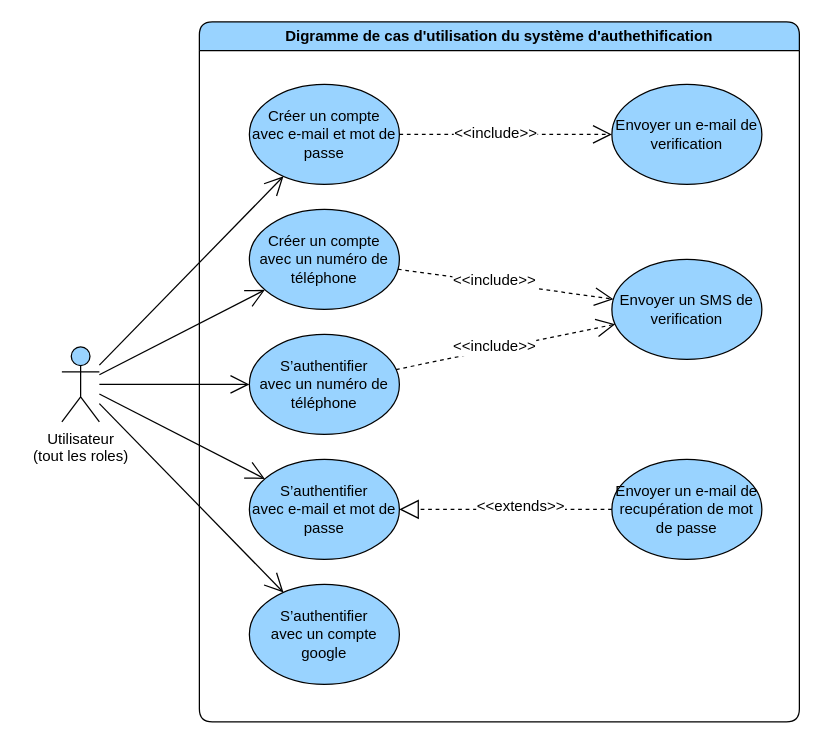
Above: diagrams/auth.drawio in devlotfi/peage-pay (draw.io), before the change. Source tidied: cells renumbered, new cells numbered last; positions are measured from the earlier drawing's top-left corner, leaving out a move shared by most shapes. Both pictures are drawn from the tidied source at 125%, with x=0, y=0 at pixel (61, 21).
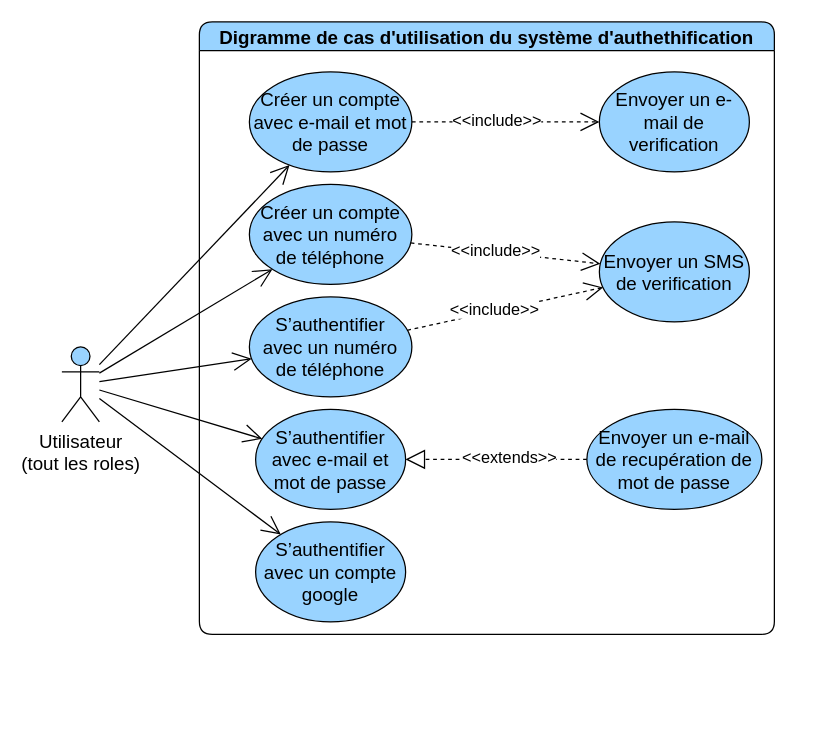
The same diagram, later.

Change to the diagram source:
```diff
@@
-    <mxCell id="2" value="Digramme de cas d'utilisation du&amp;nbsp;système&amp;nbsp;d'authethification" style="swimlane;whiteSpace=wrap;html=1;rounded=1;fillColor=#99D3FF;" parent="1" vertex="1">
-      <mxGeometry x="110" width="480" height="560" as="geometry" />
+    <mxCell id="2" value="Digramme de cas d'utilisation du&amp;nbsp;système&amp;nbsp;d'authethification" style="swimlane;whiteSpace=wrap;html=1;rounded=1;fillColor=#99D3FF;fontSize=15;" parent="1" vertex="1">
+      <mxGeometry x="110" width="460" height="490" as="geometry" />
     </mxCell>
-    <mxCell id="3" value="&lt;p class=&quot;MsoNormal&quot;&gt;S’authentifier&lt;br/&gt;avec un numéro de téléphone&lt;/p&gt;" style="ellipse;whiteSpace=wrap;html=1;strokeColor=default;align=center;verticalAlign=middle;fontFamily=Helvetica;fontSize=12;fontColor=default;fillColor=#99D3FF;" parent="2" vertex="1">
-      <mxGeometry x="40" y="250" width="120" height="80" as="geometry" />
+    <mxCell id="3" value="&lt;p class=&quot;MsoNormal&quot; style=&quot;font-size: 15px;&quot;&gt;S’authentifier&lt;br style=&quot;font-size: 15px;&quot;&gt;avec un numéro de téléphone&lt;/p&gt;" style="ellipse;whiteSpace=wrap;html=1;strokeColor=default;align=center;verticalAlign=middle;fontFamily=Helvetica;fontSize=15;fontColor=default;fillColor=#99D3FF;" parent="2" vertex="1">
+      <mxGeometry x="40" y="220" width="130" height="80" as="geometry" />
     </mxCell>
-    <mxCell id="4" value="&lt;p class=&quot;MsoNormal&quot;&gt;S’authentifier&lt;br&gt;avec e-mail et mot de passe&lt;/p&gt;" style="ellipse;whiteSpace=wrap;html=1;strokeColor=default;align=center;verticalAlign=middle;fontFamily=Helvetica;fontSize=12;fontColor=default;fillColor=#99D3FF;" parent="2" vertex="1">
-      <mxGeometry x="40" y="350" width="120" height="80" as="geometry" />
+    <mxCell id="4" value="&lt;p class=&quot;MsoNormal&quot; style=&quot;font-size: 15px;&quot;&gt;S’authentifier&lt;br style=&quot;font-size: 15px;&quot;&gt;avec e-mail et mot de passe&lt;/p&gt;" style="ellipse;whiteSpace=wrap;html=1;strokeColor=default;align=center;verticalAlign=middle;fontFamily=Helvetica;fontSize=15;fontColor=default;fillColor=#99D3FF;" parent="2" vertex="1">
+      <mxGeometry x="45" y="310" width="120" height="80" as="geometry" />
     </mxCell>
-    <mxCell id="5" value="&lt;p class=&quot;MsoNormal&quot;&gt;S’authentifier&lt;br&gt;avec un compte google&lt;/p&gt;" style="ellipse;whiteSpace=wrap;html=1;strokeColor=default;align=center;verticalAlign=middle;fontFamily=Helvetica;fontSize=12;fontColor=default;fillColor=#99D3FF;" parent="2" vertex="1">
-      <mxGeometry x="40" y="450" width="120" height="80" as="geometry" />
+    <mxCell id="5" value="&lt;p class=&quot;MsoNormal&quot; style=&quot;font-size: 15px;&quot;&gt;S’authentifier&lt;br style=&quot;font-size: 15px;&quot;&gt;avec un compte google&lt;/p&gt;" style="ellipse;whiteSpace=wrap;html=1;strokeColor=default;align=center;verticalAlign=middle;fontFamily=Helvetica;fontSize=15;fontColor=default;fillColor=#99D3FF;" parent="2" vertex="1">
+      <mxGeometry x="45" y="400" width="120" height="80" as="geometry" />
     </mxCell>
-    <mxCell id="6" value="&lt;p class=&quot;MsoNormal&quot;&gt;Envoyer un SMS de verification&lt;/p&gt;" style="ellipse;whiteSpace=wrap;html=1;strokeColor=default;align=center;verticalAlign=middle;fontFamily=Helvetica;fontSize=12;fontColor=default;fillColor=#99D3FF;" parent="2" vertex="1">
-      <mxGeometry x="330" y="190" width="120" height="80" as="geometry" />
+    <mxCell id="6" value="&lt;p class=&quot;MsoNormal&quot; style=&quot;font-size: 15px;&quot;&gt;Envoyer un SMS de verification&lt;/p&gt;" style="ellipse;whiteSpace=wrap;html=1;strokeColor=default;align=center;verticalAlign=middle;fontFamily=Helvetica;fontSize=15;fontColor=default;fillColor=#99D3FF;" parent="2" vertex="1">
+      <mxGeometry x="320" y="160" width="120" height="80" as="geometry" />
     </mxCell>
-    <mxCell id="7" style="edgeStyle=none;rounded=0;jettySize=auto;html=1;strokeColor=default;align=center;verticalAlign=middle;fontFamily=Helvetica;fontSize=12;fontColor=default;labelBackgroundColor=default;startSize=6;endArrow=open;endFill=0;endSize=13;dashed=1;" parent="2" edge="1" source="3" target="6">
+    <mxCell id="7" style="edgeStyle=none;rounded=0;jettySize=auto;html=1;strokeColor=default;align=center;verticalAlign=middle;fontFamily=Helvetica;fontSize=15;fontColor=default;labelBackgroundColor=default;startSize=6;endArrow=open;endFill=0;endSize=13;dashed=1;" parent="2" edge="1" source="3" target="6">
       <mxGeometry relative="1" as="geometry" />
     </mxCell>
-    <mxCell id="8" value="&amp;lt;&amp;lt;include&amp;gt;&amp;gt;" style="edgeLabel;html=1;align=center;verticalAlign=middle;strokeColor=default;fontFamily=Helvetica;fontSize=12;fontColor=default;labelBackgroundColor=default;fillColor=#99D3FF;" parent="7" vertex="1">
+    <mxCell id="8" value="&amp;lt;&amp;lt;include&amp;gt;&amp;gt;" style="edgeLabel;html=1;align=center;verticalAlign=middle;strokeColor=default;fontFamily=Helvetica;fontSize=13;fontColor=default;labelBackgroundColor=default;fillColor=#99D3FF;" parent="7" vertex="1">
       <mxGeometry x="-0.11" y="2" relative="1" as="geometry" />
     </mxCell>
-    <mxCell id="9" value="&lt;p class=&quot;MsoNormal&quot;&gt;Envoyer un e-mail de verification&lt;/p&gt;" style="ellipse;whiteSpace=wrap;html=1;strokeColor=default;align=center;verticalAlign=middle;fontFamily=Helvetica;fontSize=12;fontColor=default;fillColor=#99D3FF;" parent="2" vertex="1">
-      <mxGeometry x="330" y="50" width="120" height="80" as="geometry" />
+    <mxCell id="9" value="&lt;p class=&quot;MsoNormal&quot; style=&quot;font-size: 15px;&quot;&gt;Envoyer un e-mail de verification&lt;/p&gt;" style="ellipse;whiteSpace=wrap;html=1;strokeColor=default;align=center;verticalAlign=middle;fontFamily=Helvetica;fontSize=15;fontColor=default;fillColor=#99D3FF;" parent="2" vertex="1">
+      <mxGeometry x="320" y="40" width="120" height="80" as="geometry" />
     </mxCell>
-    <mxCell id="10" value="&lt;p class=&quot;MsoNormal&quot;&gt;Créer un compte avec un numéro de téléphone&lt;/p&gt;" style="ellipse;whiteSpace=wrap;html=1;strokeColor=default;align=center;verticalAlign=middle;fontFamily=Helvetica;fontSize=12;fontColor=default;fillColor=#99D3FF;" parent="2" vertex="1">
-      <mxGeometry x="40" y="150" width="120" height="80" as="geometry" />
+    <mxCell id="10" value="&lt;p class=&quot;MsoNormal&quot; style=&quot;font-size: 15px;&quot;&gt;Créer un compte avec un numéro de téléphone&lt;/p&gt;" style="ellipse;whiteSpace=wrap;html=1;strokeColor=default;align=center;verticalAlign=middle;fontFamily=Helvetica;fontSize=15;fontColor=default;fillColor=#99D3FF;" parent="2" vertex="1">
+      <mxGeometry x="40" y="130" width="130" height="80" as="geometry" />
     </mxCell>
-    <mxCell id="11" value="&lt;p class=&quot;MsoNormal&quot;&gt;Créer un compte&lt;br&gt;avec e-mail et mot de passe&lt;/p&gt;" style="ellipse;whiteSpace=wrap;html=1;strokeColor=default;align=center;verticalAlign=middle;fontFamily=Helvetica;fontSize=12;fontColor=default;fillColor=#99D3FF;" parent="2" vertex="1">
-      <mxGeometry x="40" y="50" width="120" height="80" as="geometry" />
+    <mxCell id="11" value="&lt;p class=&quot;MsoNormal&quot; style=&quot;font-size: 15px;&quot;&gt;Créer un compte&lt;br style=&quot;font-size: 15px;&quot;&gt;avec e-mail et mot de passe&lt;/p&gt;" style="ellipse;whiteSpace=wrap;html=1;strokeColor=default;align=center;verticalAlign=middle;fontFamily=Helvetica;fontSize=15;fontColor=default;fillColor=#99D3FF;" parent="2" vertex="1">
+      <mxGeometry x="40" y="40" width="130" height="80" as="geometry" />
     </mxCell>
-    <mxCell id="12" style="edgeStyle=none;rounded=0;jettySize=auto;html=1;strokeColor=default;align=center;verticalAlign=middle;fontFamily=Helvetica;fontSize=12;fontColor=default;labelBackgroundColor=default;startSize=6;endArrow=open;endFill=0;endSize=13;dashed=1;" parent="2" edge="1" source="10" target="6">
+    <mxCell id="12" style="edgeStyle=none;rounded=0;jettySize=auto;html=1;strokeColor=default;align=center;verticalAlign=middle;fontFamily=Helvetica;fontSize=15;fontColor=default;labelBackgroundColor=default;startSize=6;endArrow=open;endFill=0;endSize=13;dashed=1;" parent="2" edge="1" source="10" target="6">
       <mxGeometry relative="1" as="geometry" />
     </mxCell>
-    <mxCell id="13" value="&amp;lt;&amp;lt;include&amp;gt;&amp;gt;" style="edgeLabel;html=1;align=center;verticalAlign=middle;strokeColor=default;fontFamily=Helvetica;fontSize=12;fontColor=default;labelBackgroundColor=default;fillColor=#99D3FF;" parent="12" vertex="1">
+    <mxCell id="13" value="&amp;lt;&amp;lt;include&amp;gt;&amp;gt;" style="edgeLabel;html=1;align=center;verticalAlign=middle;strokeColor=default;fontFamily=Helvetica;fontSize=13;fontColor=default;labelBackgroundColor=default;fillColor=#99D3FF;" parent="12" vertex="1">
       <mxGeometry x="-0.11" y="2" relative="1" as="geometry" />
     </mxCell>
-    <mxCell id="14" value="&lt;p class=&quot;MsoNormal&quot;&gt;Envoyer un e-mail de recupération de mot de passe&lt;/p&gt;" style="ellipse;whiteSpace=wrap;html=1;strokeColor=default;align=center;verticalAlign=middle;fontFamily=Helvetica;fontSize=12;fontColor=default;fillColor=#99D3FF;" parent="2" vertex="1">
-      <mxGeometry x="330" y="350" width="120" height="80" as="geometry" />
+    <mxCell id="14" value="&lt;p class=&quot;MsoNormal&quot; style=&quot;font-size: 15px;&quot;&gt;Envoyer un e-mail de recupération de mot de passe&lt;/p&gt;" style="ellipse;whiteSpace=wrap;html=1;strokeColor=default;align=center;verticalAlign=middle;fontFamily=Helvetica;fontSize=15;fontColor=default;fillColor=#99D3FF;" parent="2" vertex="1">
+      <mxGeometry x="310" y="310" width="140" height="80" as="geometry" />
     </mxCell>
-    <mxCell id="15" style="edgeStyle=none;rounded=0;jettySize=auto;html=1;dashed=1;strokeColor=default;align=center;verticalAlign=middle;fontFamily=Helvetica;fontSize=12;fontColor=default;labelBackgroundColor=default;startSize=6;endArrow=block;endFill=0;endSize=13;" parent="2" edge="1" source="14" target="4">
+    <mxCell id="15" style="edgeStyle=none;rounded=0;jettySize=auto;html=1;dashed=1;strokeColor=default;align=center;verticalAlign=middle;fontFamily=Helvetica;fontSize=15;fontColor=default;labelBackgroundColor=default;startSize=6;endArrow=block;endFill=0;endSize=13;" parent="2" edge="1" source="14" target="4">
       <mxGeometry relative="1" as="geometry" />
     </mxCell>
-    <mxCell id="16" value="&amp;lt;&amp;lt;extends&amp;gt;&amp;gt;" style="edgeLabel;html=1;align=center;verticalAlign=middle;strokeColor=default;fontFamily=Helvetica;fontSize=12;fontColor=default;labelBackgroundColor=default;fillColor=#99D3FF;" parent="15" vertex="1">
+    <mxCell id="16" value="&amp;lt;&amp;lt;extends&amp;gt;&amp;gt;" style="edgeLabel;html=1;align=center;verticalAlign=middle;strokeColor=default;fontFamily=Helvetica;fontSize=13;fontColor=default;labelBackgroundColor=default;fillColor=#99D3FF;" parent="15" vertex="1">
       <mxGeometry x="-0.12" y="-3" relative="1" as="geometry">
         <mxPoint x="1" as="offset" />
       </mxGeometry>
     </mxCell>
-    <mxCell id="17" style="edgeStyle=none;rounded=0;jettySize=auto;html=1;strokeColor=default;align=center;verticalAlign=middle;fontFamily=Helvetica;fontSize=12;fontColor=default;labelBackgroundColor=default;startSize=6;endArrow=open;endFill=0;endSize=13;dashed=1;" parent="2" edge="1" source="11" target="9">
+    <mxCell id="17" style="edgeStyle=none;rounded=0;jettySize=auto;html=1;strokeColor=default;align=center;verticalAlign=middle;fontFamily=Helvetica;fontSize=15;fontColor=default;labelBackgroundColor=default;startSize=6;endArrow=open;endFill=0;endSize=13;dashed=1;" parent="2" edge="1" source="11" target="9">
       <mxGeometry relative="1" as="geometry" />
     </mxCell>
-    <mxCell id="18" value="&amp;lt;&amp;lt;include&amp;gt;&amp;gt;" style="edgeLabel;html=1;align=center;verticalAlign=middle;strokeColor=default;fontFamily=Helvetica;fontSize=12;fontColor=default;labelBackgroundColor=default;fillColor=#99D3FF;" parent="17" vertex="1">
+    <mxCell id="18" value="&amp;lt;&amp;lt;include&amp;gt;&amp;gt;" style="edgeLabel;html=1;align=center;verticalAlign=middle;strokeColor=default;fontFamily=Helvetica;fontSize=13;fontColor=default;labelBackgroundColor=default;fillColor=#99D3FF;" parent="17" vertex="1">
       <mxGeometry x="-0.11" y="2" relative="1" as="geometry" />
     </mxCell>
-    <mxCell id="19" style="rounded=0;jettySize=auto;html=1;fontFamily=Helvetica;fontSize=12;fontColor=default;endArrow=open;endFill=0;startSize=6;endSize=13;" parent="1" edge="1" source="20" target="3">
+    <mxCell id="19" style="rounded=0;jettySize=auto;html=1;fontFamily=Helvetica;fontSize=15;fontColor=default;endArrow=open;endFill=0;startSize=6;endSize=13;" parent="1" edge="1" source="20" target="3">
       <mxGeometry relative="1" as="geometry" />
     </mxCell>
-    <mxCell id="20" value="Utilisateur&lt;br&gt;(tout les roles)" style="shape=umlActor;verticalLabelPosition=bottom;verticalAlign=top;html=1;outlineConnect=0;strokeColor=default;align=center;fontFamily=Helvetica;fontSize=12;fontColor=default;fillColor=#99D3FF;" parent="1" vertex="1">
+    <mxCell id="20" value="Utilisateur&lt;br style=&quot;font-size: 15px;&quot;&gt;(tout les roles)" style="shape=umlActor;verticalLabelPosition=bottom;verticalAlign=top;html=1;outlineConnect=0;strokeColor=default;align=center;fontFamily=Helvetica;fontSize=15;fontColor=default;fillColor=#99D3FF;" parent="1" vertex="1">
       <mxGeometry y="260" width="30" height="60" as="geometry" />
     </mxCell>
-    <mxCell id="21" style="rounded=0;jettySize=auto;html=1;fontFamily=Helvetica;fontSize=12;fontColor=default;endArrow=open;endFill=0;startSize=6;endSize=13;" parent="1" edge="1" source="20" target="4">
+    <mxCell id="21" style="rounded=0;jettySize=auto;html=1;fontFamily=Helvetica;fontSize=15;fontColor=default;endArrow=open;endFill=0;startSize=6;endSize=13;" parent="1" edge="1" source="20" target="4">
       <mxGeometry relative="1" as="geometry" />
     </mxCell>
-    <mxCell id="22" style="rounded=0;jettySize=auto;html=1;fontFamily=Helvetica;fontSize=12;fontColor=default;endArrow=open;endFill=0;startSize=6;endSize=13;" parent="1" edge="1" source="20" target="5">
+    <mxCell id="22" style="rounded=0;jettySize=auto;html=1;fontFamily=Helvetica;fontSize=15;fontColor=default;endArrow=open;endFill=0;startSize=6;endSize=13;" parent="1" edge="1" source="20" target="5">
       <mxGeometry relative="1" as="geometry" />
     </mxCell>
-    <mxCell id="23" style="rounded=0;jettySize=auto;html=1;fontFamily=Helvetica;fontSize=12;fontColor=default;endArrow=open;endFill=0;startSize=6;endSize=13;" parent="1" edge="1" source="20" target="10">
+    <mxCell id="23" style="rounded=0;jettySize=auto;html=1;fontFamily=Helvetica;fontSize=15;fontColor=default;endArrow=open;endFill=0;startSize=6;endSize=13;" parent="1" edge="1" source="20" target="10">
       <mxGeometry relative="1" as="geometry" />
     </mxCell>
-    <mxCell id="24" style="rounded=0;jettySize=auto;html=1;fontFamily=Helvetica;fontSize=12;fontColor=default;endArrow=open;endFill=0;startSize=6;endSize=13;" parent="1" edge="1" source="20" target="11">
+    <mxCell id="24" style="rounded=0;jettySize=auto;html=1;fontFamily=Helvetica;fontSize=15;fontColor=default;endArrow=open;endFill=0;startSize=6;endSize=13;" parent="1" edge="1" source="20" target="11">
       <mxGeometry relative="1" as="geometry" />
     </mxCell>
```
